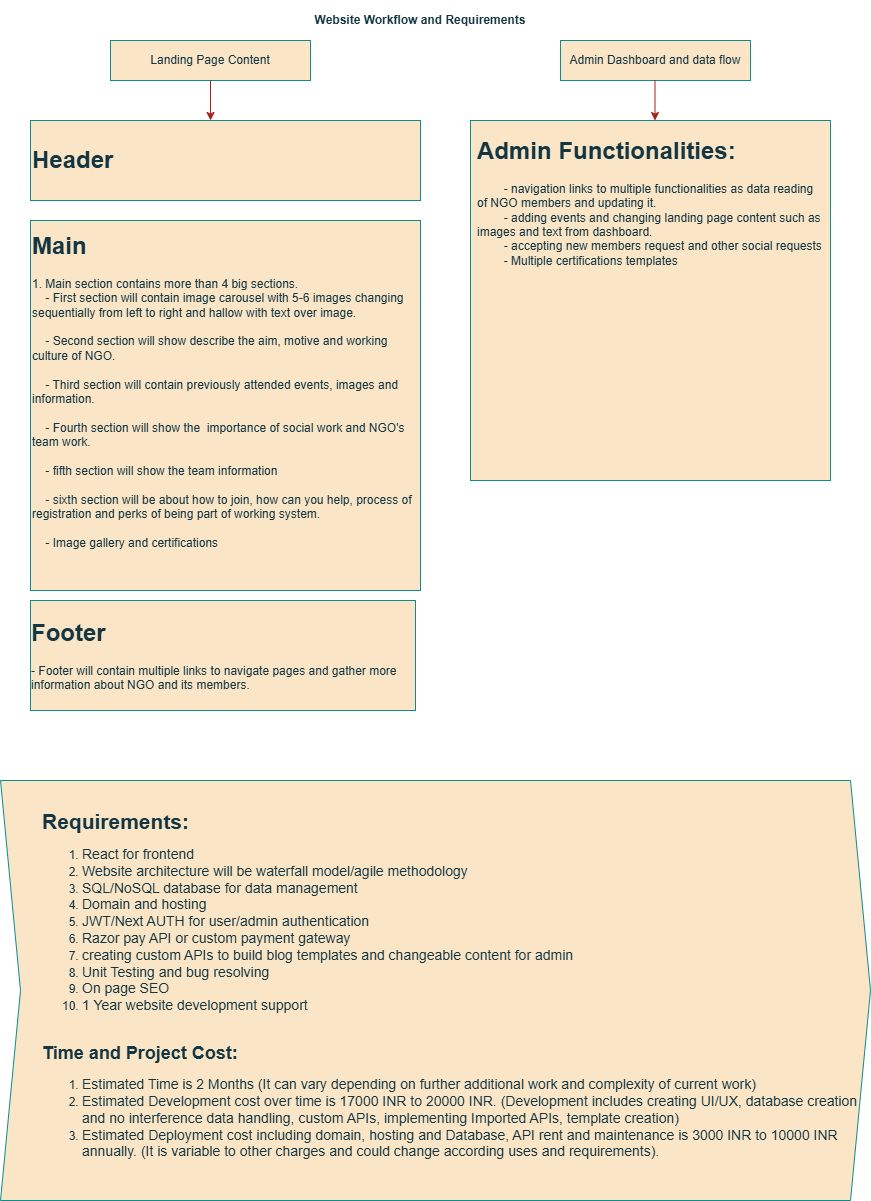
The draw.io diagram JavaScript/ngo-flowchart.drawio.png in PratikChavan97/All-Projects, before a commit. Source tidied: cells renumbered, new cells last; positions are measured from the earlier drawing's top-left corner, leaving out a move shared by most shapes.
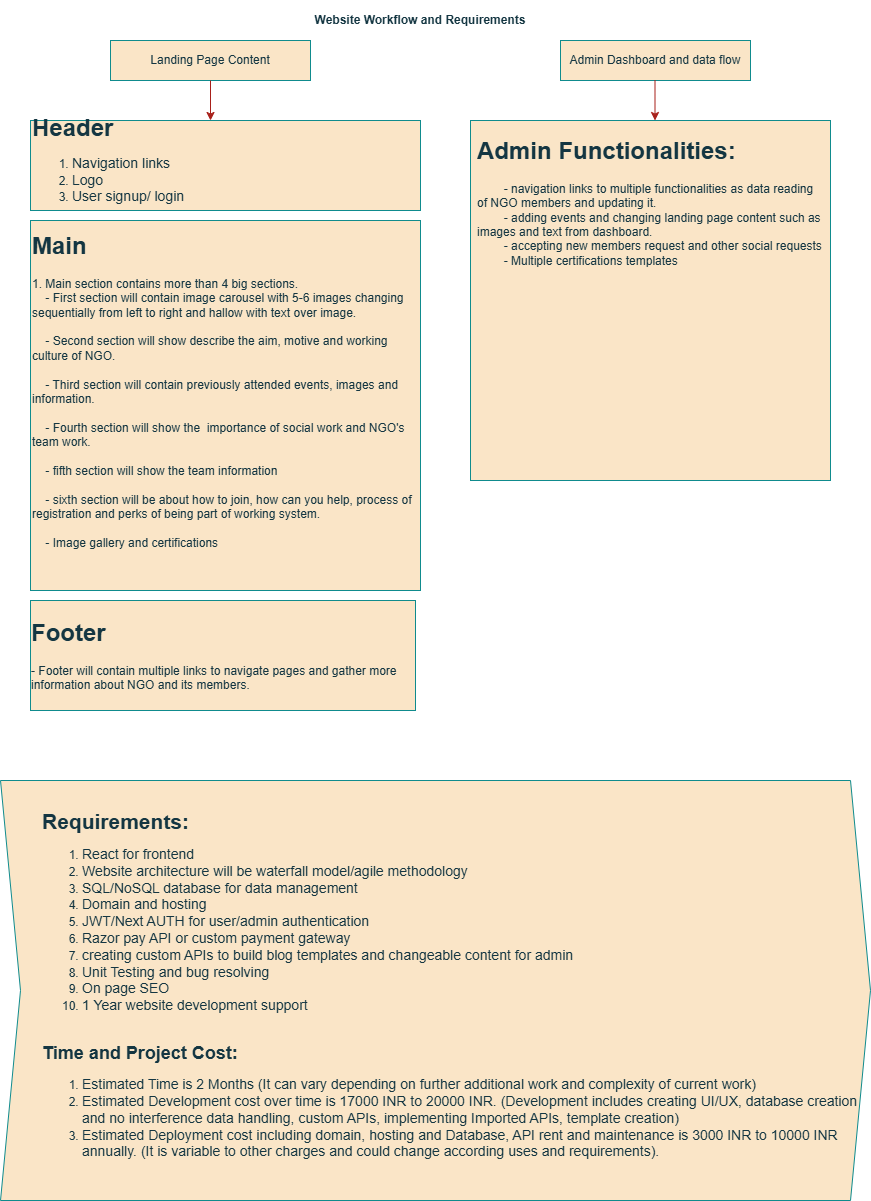
After the commit.

The edit, as a diff of the source:
```diff
@@ -38,8 +38,8 @@
     <mxCell id="11" value="&lt;br&gt;&lt;h1 style=&quot;forced-color-adjust: none; margin-top: 0px;&quot;&gt;Main&lt;/h1&gt;&lt;div style=&quot;forced-color-adjust: none;&quot;&gt;1. Main section contains more than 4 big sections.&lt;/div&gt;&lt;div style=&quot;forced-color-adjust: none;&quot;&gt;&lt;span style=&quot;forced-color-adjust: none; white-space: pre;&quot;&gt;&lt;span style=&quot;white-space: pre;&quot;&gt;&amp;nbsp;&amp;nbsp;&amp;nbsp;&amp;nbsp;&lt;/span&gt;&lt;/span&gt;- First section will contain image carousel with 5-6 images changing sequentially from left to right and hallow with text over image.&lt;br style=&quot;forced-color-adjust: none;&quot;&gt;&lt;/div&gt;&lt;div style=&quot;forced-color-adjust: none;&quot;&gt;&lt;br style=&quot;forced-color-adjust: none;&quot;&gt;&lt;/div&gt;&lt;div style=&quot;forced-color-adjust: none;&quot;&gt;&lt;span style=&quot;forced-color-adjust: none; white-space: pre;&quot;&gt;&lt;span style=&quot;white-space: pre;&quot;&gt;&amp;nbsp;&amp;nbsp;&amp;nbsp;&amp;nbsp;&lt;/span&gt;&lt;/span&gt;- Second section will show describe the aim, motive and working culture of NGO.&lt;br style=&quot;forced-color-adjust: none;&quot;&gt;&lt;/div&gt;&lt;div style=&quot;forced-color-adjust: none;&quot;&gt;&lt;br style=&quot;forced-color-adjust: none;&quot;&gt;&lt;/div&gt;&lt;div style=&quot;forced-color-adjust: none;&quot;&gt;&lt;span style=&quot;forced-color-adjust: none; white-space: pre;&quot;&gt;&lt;span style=&quot;white-space: pre;&quot;&gt;&amp;nbsp;&amp;nbsp;&amp;nbsp;&amp;nbsp;&lt;/span&gt;&lt;/span&gt;- Third section will contain previously attended events, images and information.&lt;br style=&quot;forced-color-adjust: none;&quot;&gt;&lt;/div&gt;&lt;div style=&quot;forced-color-adjust: none;&quot;&gt;&lt;br style=&quot;forced-color-adjust: none;&quot;&gt;&lt;/div&gt;&lt;div style=&quot;forced-color-adjust: none;&quot;&gt;&lt;span style=&quot;forced-color-adjust: none; white-space: pre;&quot;&gt;&lt;span style=&quot;white-space: pre;&quot;&gt;&amp;nbsp;&amp;nbsp;&amp;nbsp;&amp;nbsp;&lt;/span&gt;&lt;/span&gt;- Fourth section will show the&amp;nbsp; importance of social work and NGO's team work.&lt;br style=&quot;forced-color-adjust: none;&quot;&gt;&lt;/div&gt;&lt;div style=&quot;forced-color-adjust: none;&quot;&gt;&lt;br style=&quot;forced-color-adjust: none;&quot;&gt;&lt;/div&gt;&lt;div style=&quot;forced-color-adjust: none;&quot;&gt;&lt;span style=&quot;forced-color-adjust: none; white-space: pre;&quot;&gt;&lt;span style=&quot;white-space: pre;&quot;&gt;&amp;nbsp;&amp;nbsp;&amp;nbsp;&amp;nbsp;&lt;/span&gt;&lt;/span&gt;- fifth section will show the team information&lt;br style=&quot;forced-color-adjust: none;&quot;&gt;&lt;/div&gt;&lt;div style=&quot;forced-color-adjust: none;&quot;&gt;&lt;br style=&quot;forced-color-adjust: none;&quot;&gt;&lt;/div&gt;&lt;div style=&quot;forced-color-adjust: none;&quot;&gt;&lt;span style=&quot;forced-color-adjust: none; white-space: pre;&quot;&gt;&lt;span style=&quot;white-space: pre;&quot;&gt;&amp;nbsp;&amp;nbsp;&amp;nbsp;&amp;nbsp;&lt;/span&gt;&lt;/span&gt;- sixth section will be about how to join, how can you help, process of registration and perks of being part of working system.&lt;br style=&quot;forced-color-adjust: none;&quot;&gt;&lt;/div&gt;&lt;div style=&quot;forced-color-adjust: none;&quot;&gt;&lt;br style=&quot;forced-color-adjust: none;&quot;&gt;&lt;/div&gt;&lt;div style=&quot;forced-color-adjust: none;&quot;&gt;&lt;span style=&quot;forced-color-adjust: none; white-space: pre;&quot;&gt;&lt;span style=&quot;white-space: pre;&quot;&gt;&amp;nbsp;&amp;nbsp;&amp;nbsp;&amp;nbsp;&lt;/span&gt;&lt;/span&gt;- Image gallery and certifications&lt;br style=&quot;forced-color-adjust: none;&quot;&gt;&lt;/div&gt;&lt;div style=&quot;forced-color-adjust: none;&quot;&gt;&lt;br style=&quot;forced-color-adjust: none; color: rgb(20, 54, 66); font-family: Helvetica; font-size: 12px; font-style: normal; font-variant-ligatures: normal; font-variant-caps: normal; font-weight: 400; letter-spacing: normal; orphans: 2; text-indent: 0px; text-transform: none; widows: 2; word-spacing: 0px; -webkit-text-stroke-width: 0px; white-space: normal; background-color: rgb(251, 251, 251); text-decoration-thickness: initial; text-decoration-style: initial; text-decoration-color: initial;&quot;&gt;&lt;br&gt;&lt;br&gt;&lt;/div&gt;" style="rounded=0;whiteSpace=wrap;html=1;strokeColor=#0F8B8D;fontColor=#143642;fillColor=#FAE5C7;align=left;" parent="1" vertex="1">
       <mxGeometry x="30" y="220" width="390" height="370" as="geometry" />
     </mxCell>
-    <mxCell id="12" value="&lt;div style=&quot;&quot;&gt;&lt;b&gt;&lt;font style=&quot;font-size: 24px;&quot;&gt;Header&lt;/font&gt;&lt;/b&gt;&lt;/div&gt;" style="rounded=0;whiteSpace=wrap;html=1;strokeColor=#0F8B8D;fontColor=#143642;fillColor=#FAE5C7;align=left;" parent="1" vertex="1">
-      <mxGeometry x="30" y="120" width="390" height="80" as="geometry" />
+    <mxCell id="12" value="&lt;div style=&quot;&quot;&gt;&lt;b&gt;&lt;font style=&quot;font-size: 24px;&quot;&gt;Header&lt;/font&gt;&lt;/b&gt;&lt;/div&gt;&lt;div style=&quot;&quot;&gt;&lt;ol&gt;&lt;li&gt;&lt;font style=&quot;font-size: 14px;&quot;&gt;Navigation links&lt;/font&gt;&lt;/li&gt;&lt;li&gt;&lt;font style=&quot;font-size: 14px;&quot;&gt;Logo&lt;/font&gt;&lt;/li&gt;&lt;li&gt;&lt;font style=&quot;font-size: 14px;&quot;&gt;User signup/ login&lt;/font&gt;&lt;/li&gt;&lt;/ol&gt;&lt;/div&gt;" style="rounded=0;whiteSpace=wrap;html=1;strokeColor=#0F8B8D;fontColor=#143642;fillColor=#FAE5C7;align=left;" parent="1" vertex="1">
+      <mxGeometry x="30" y="120" width="390" height="90" as="geometry" />
     </mxCell>
   </root>
 </mxGraphModel>
```
